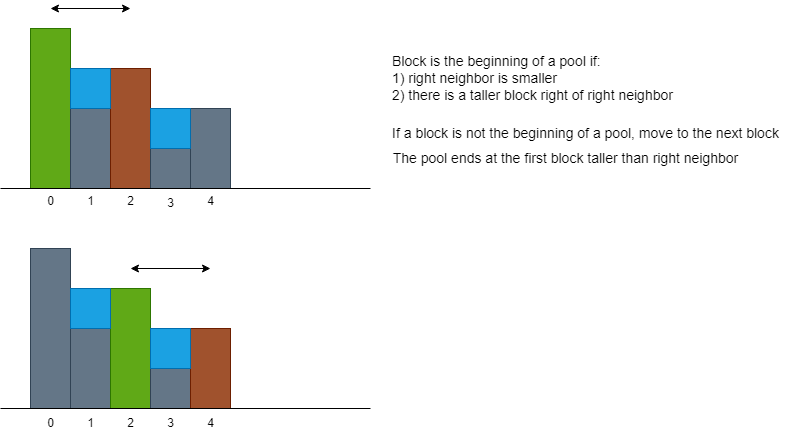
ashiven/leetcode-solutions keeps this draw.io diagram as Python3/img/TrappingRainWater.png. Above is the earlier version. Source tidied: cells renumbered, new cells last; positions are measured from the earlier drawing's top-left corner, leaving out a move shared by most shapes. The source it was exported from:
```xml
<mxGraphModel>
  <root>
    <mxCell id="0" />
    <mxCell id="1" parent="0" />
    <mxCell id="2" style="rounded=0;whiteSpace=wrap;html=1;direction=south;fillColor=#60a917;fontColor=#ffffff;strokeColor=#2D7600;" parent="1" vertex="1">
      <mxGeometry x="30" y="20" width="40" height="160" as="geometry" />
    </mxCell>
    <mxCell id="3" style="rounded=0;whiteSpace=wrap;html=1;direction=south;fillColor=#647687;fontColor=#ffffff;strokeColor=#314354;" parent="1" vertex="1">
      <mxGeometry x="70" y="100" width="40" height="80" as="geometry" />
    </mxCell>
    <mxCell id="4" style="rounded=0;whiteSpace=wrap;html=1;direction=south;fillColor=#a0522d;fontColor=#ffffff;strokeColor=#6D1F00;" parent="1" vertex="1">
      <mxGeometry x="110" y="60" width="40" height="120" as="geometry" />
    </mxCell>
    <mxCell id="5" style="rounded=0;whiteSpace=wrap;html=1;direction=south;fillColor=#647687;fontColor=#ffffff;strokeColor=#314354;" parent="1" vertex="1">
      <mxGeometry x="150" y="140" width="40" height="40" as="geometry" />
    </mxCell>
    <mxCell id="6" style="rounded=0;whiteSpace=wrap;html=1;direction=south;fillColor=#647687;fontColor=#ffffff;strokeColor=#314354;" parent="1" vertex="1">
      <mxGeometry x="190" y="100" width="40" height="80" as="geometry" />
    </mxCell>
    <mxCell id="7" style="whiteSpace=wrap;html=1;fillColor=#1ba1e2;fontColor=#ffffff;strokeColor=#006EAF;" parent="1" vertex="1">
      <mxGeometry x="70" y="60" width="40" height="40" as="geometry" />
    </mxCell>
    <mxCell id="8" style="whiteSpace=wrap;html=1;fillColor=#1ba1e2;fontColor=#ffffff;strokeColor=#006EAF;" parent="1" vertex="1">
      <mxGeometry x="150" y="100" width="40" height="40" as="geometry" />
    </mxCell>
    <mxCell id="9" style="endArrow=classic;startArrow=classic;html=1;rounded=0;strokeColor=#000000;" parent="1" edge="1">
      <mxGeometry relative="1" as="geometry">
        <mxPoint x="50" as="sourcePoint" />
        <mxPoint x="130" as="targetPoint" />
      </mxGeometry>
    </mxCell>
    <mxCell id="10" style="rounded=0;whiteSpace=wrap;html=1;direction=south;fillColor=#647687;strokeColor=#314354;fontColor=#ffffff;" parent="1" vertex="1">
      <mxGeometry x="30" y="240" width="40" height="160" as="geometry" />
    </mxCell>
    <mxCell id="11" style="rounded=0;whiteSpace=wrap;html=1;direction=south;fillColor=#647687;fontColor=#ffffff;strokeColor=#314354;" parent="1" vertex="1">
      <mxGeometry x="70" y="320" width="40" height="80" as="geometry" />
    </mxCell>
    <mxCell id="12" style="rounded=0;whiteSpace=wrap;html=1;direction=south;fillColor=#60a917;fontColor=#ffffff;strokeColor=#2D7600;" parent="1" vertex="1">
      <mxGeometry x="110" y="280" width="40" height="120" as="geometry" />
    </mxCell>
    <mxCell id="13" style="rounded=0;whiteSpace=wrap;html=1;direction=south;fillColor=#647687;fontColor=#ffffff;strokeColor=#314354;" parent="1" vertex="1">
      <mxGeometry x="150" y="360" width="40" height="40" as="geometry" />
    </mxCell>
    <mxCell id="14" style="rounded=0;whiteSpace=wrap;html=1;direction=south;fillColor=#a0522d;fontColor=#ffffff;strokeColor=#6D1F00;" parent="1" vertex="1">
      <mxGeometry x="190" y="320" width="40" height="80" as="geometry" />
    </mxCell>
    <mxCell id="15" style="whiteSpace=wrap;html=1;fillColor=#1ba1e2;fontColor=#ffffff;strokeColor=#006EAF;" parent="1" vertex="1">
      <mxGeometry x="70" y="280" width="40" height="40" as="geometry" />
    </mxCell>
    <mxCell id="16" style="whiteSpace=wrap;html=1;fillColor=#1ba1e2;fontColor=#ffffff;strokeColor=#006EAF;" parent="1" vertex="1">
      <mxGeometry x="150" y="320" width="40" height="40" as="geometry" />
    </mxCell>
    <mxCell id="17" style="endArrow=classic;startArrow=classic;html=1;rounded=0;strokeColor=#000000;" parent="1" edge="1">
      <mxGeometry relative="1" as="geometry">
        <mxPoint x="130" y="260" as="sourcePoint" />
        <mxPoint x="210" y="260" as="targetPoint" />
      </mxGeometry>
    </mxCell>
    <mxCell id="18" style="endArrow=none;html=1;rounded=0;strokeColor=#000000;" parent="1" edge="1">
      <mxGeometry relative="1" as="geometry">
        <mxPoint x="370" y="180" as="sourcePoint" />
        <mxPoint y="180" as="targetPoint" />
      </mxGeometry>
    </mxCell>
    <mxCell id="19" value="&lt;font color=&quot;#000000&quot;&gt;0&lt;/font&gt;" style="text;html=1;align=center;verticalAlign=middle;strokeColor=none;fillColor=none;" parent="1" vertex="1">
      <mxGeometry x="35" y="178" width="30" height="30" as="geometry" />
    </mxCell>
    <mxCell id="20" value="&lt;font color=&quot;#000000&quot;&gt;1&lt;/font&gt;" style="text;html=1;align=center;verticalAlign=middle;strokeColor=none;fillColor=none;" parent="1" vertex="1">
      <mxGeometry x="75" y="178" width="30" height="30" as="geometry" />
    </mxCell>
    <mxCell id="21" value="&lt;font color=&quot;#000000&quot;&gt;2&lt;/font&gt;" style="text;html=1;align=center;verticalAlign=middle;strokeColor=none;fillColor=none;" parent="1" vertex="1">
      <mxGeometry x="115" y="178" width="30" height="30" as="geometry" />
    </mxCell>
    <mxCell id="22" value="&lt;font color=&quot;#000000&quot;&gt;3&lt;/font&gt;" style="text;html=1;align=center;verticalAlign=middle;strokeColor=none;fillColor=none;" parent="1" vertex="1">
      <mxGeometry x="155" y="180" width="30" height="30" as="geometry" />
    </mxCell>
    <mxCell id="23" value="&lt;font color=&quot;#000000&quot;&gt;4&lt;/font&gt;" style="text;html=1;align=center;verticalAlign=middle;strokeColor=none;fillColor=none;" parent="1" vertex="1">
      <mxGeometry x="195" y="178" width="30" height="30" as="geometry" />
    </mxCell>
    <mxCell id="24" value="&lt;font color=&quot;#000000&quot;&gt;0&lt;/font&gt;" style="text;html=1;align=center;verticalAlign=middle;strokeColor=none;fillColor=none;" parent="1" vertex="1">
      <mxGeometry x="35" y="400" width="30" height="30" as="geometry" />
    </mxCell>
    <mxCell id="25" value="&lt;font color=&quot;#000000&quot;&gt;1&lt;/font&gt;" style="text;html=1;align=center;verticalAlign=middle;strokeColor=none;fillColor=none;" parent="1" vertex="1">
      <mxGeometry x="75" y="400" width="30" height="30" as="geometry" />
    </mxCell>
    <mxCell id="26" value="&lt;font color=&quot;#000000&quot;&gt;2&lt;/font&gt;" style="text;html=1;align=center;verticalAlign=middle;strokeColor=none;fillColor=none;" parent="1" vertex="1">
      <mxGeometry x="115" y="400" width="30" height="30" as="geometry" />
    </mxCell>
    <mxCell id="27" value="&lt;font color=&quot;#000000&quot;&gt;3&lt;/font&gt;" style="text;html=1;align=center;verticalAlign=middle;strokeColor=none;fillColor=none;" parent="1" vertex="1">
      <mxGeometry x="155" y="400" width="30" height="30" as="geometry" />
    </mxCell>
    <mxCell id="28" value="&lt;font color=&quot;#000000&quot;&gt;4&lt;/font&gt;" style="text;html=1;align=center;verticalAlign=middle;strokeColor=none;fillColor=none;" parent="1" vertex="1">
      <mxGeometry x="195" y="400" width="30" height="30" as="geometry" />
    </mxCell>
    <mxCell id="29" style="endArrow=none;html=1;rounded=0;strokeColor=#000000;" parent="1" edge="1">
      <mxGeometry relative="1" as="geometry">
        <mxPoint x="370" y="400" as="sourcePoint" />
        <mxPoint y="400" as="targetPoint" />
      </mxGeometry>
    </mxCell>
    <mxCell id="30" value="Block is the beginning of a pool if:&lt;br style=&quot;font-size: 14px;&quot;&gt;1) right neighbor is smaller&lt;br style=&quot;font-size: 14px;&quot;&gt;2) there is a taller block right of right neighbor" style="text;html=1;align=left;verticalAlign=middle;strokeColor=none;fillColor=none;fontColor=#000000;fontSize=14;" parent="1" vertex="1">
      <mxGeometry x="390" y="40" width="300" height="60" as="geometry" />
    </mxCell>
    <mxCell id="31" value="&lt;font color=&quot;#000000&quot; style=&quot;font-size: 14px;&quot;&gt;The pool ends at the first block taller than right neighbor&lt;/font&gt;" style="text;html=1;align=center;verticalAlign=middle;strokeColor=none;fillColor=none;fontSize=14;" parent="1" vertex="1">
      <mxGeometry x="380" y="135" width="370" height="30" as="geometry" />
    </mxCell>
    <mxCell id="32" value="&lt;font color=&quot;#000000&quot; style=&quot;font-size: 14px;&quot;&gt;If a block is not the beginning of a pool, move to the next block&lt;/font&gt;" style="text;html=1;align=center;verticalAlign=middle;strokeColor=none;fillColor=none;fontSize=14;" parent="1" vertex="1">
      <mxGeometry x="380" y="110" width="410" height="30" as="geometry" />
    </mxCell>
  </root>
</mxGraphModel>
```
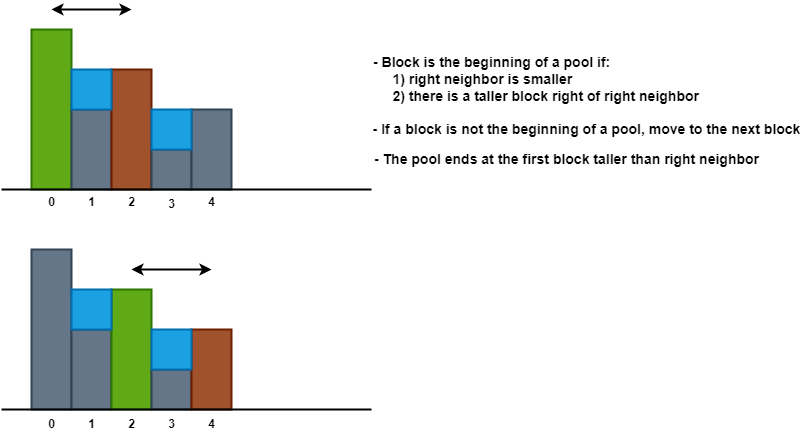
The same file after the commit.

The edit, as a diff of the source:
```diff
@@ -1,111 +1,111 @@
-<mxGraphModel>
+<mxGraphModel background="#ffffff">
   <root>
     <mxCell id="0" />
     <mxCell id="1" parent="0" />
-    <mxCell id="2" style="rounded=0;whiteSpace=wrap;html=1;direction=south;fillColor=#60a917;fontColor=#ffffff;strokeColor=#2D7600;" parent="1" vertex="1">
+    <mxCell id="2" style="rounded=0;whiteSpace=wrap;html=1;direction=south;fillColor=#60a917;fontColor=#ffffff;strokeColor=#2D7600;strokeWidth=2;fontStyle=1;" parent="1" vertex="1">
       <mxGeometry x="30" y="20" width="40" height="160" as="geometry" />
     </mxCell>
-    <mxCell id="3" style="rounded=0;whiteSpace=wrap;html=1;direction=south;fillColor=#647687;fontColor=#ffffff;strokeColor=#314354;" parent="1" vertex="1">
+    <mxCell id="3" style="rounded=0;whiteSpace=wrap;html=1;direction=south;fillColor=#647687;fontColor=#ffffff;strokeColor=#314354;strokeWidth=2;fontStyle=1;" parent="1" vertex="1">
       <mxGeometry x="70" y="100" width="40" height="80" as="geometry" />
     </mxCell>
-    <mxCell id="4" style="rounded=0;whiteSpace=wrap;html=1;direction=south;fillColor=#a0522d;fontColor=#ffffff;strokeColor=#6D1F00;" parent="1" vertex="1">
+    <mxCell id="4" style="rounded=0;whiteSpace=wrap;html=1;direction=south;fillColor=#a0522d;fontColor=#ffffff;strokeColor=#6D1F00;strokeWidth=2;fontStyle=1;" parent="1" vertex="1">
       <mxGeometry x="110" y="60" width="40" height="120" as="geometry" />
     </mxCell>
-    <mxCell id="5" style="rounded=0;whiteSpace=wrap;html=1;direction=south;fillColor=#647687;fontColor=#ffffff;strokeColor=#314354;" parent="1" vertex="1">
+    <mxCell id="5" style="rounded=0;whiteSpace=wrap;html=1;direction=south;fillColor=#647687;fontColor=#ffffff;strokeColor=#314354;strokeWidth=2;fontStyle=1;" parent="1" vertex="1">
       <mxGeometry x="150" y="140" width="40" height="40" as="geometry" />
     </mxCell>
-    <mxCell id="6" style="rounded=0;whiteSpace=wrap;html=1;direction=south;fillColor=#647687;fontColor=#ffffff;strokeColor=#314354;" parent="1" vertex="1">
+    <mxCell id="6" style="rounded=0;whiteSpace=wrap;html=1;direction=south;fillColor=#647687;fontColor=#ffffff;strokeColor=#314354;strokeWidth=2;fontStyle=1;" parent="1" vertex="1">
       <mxGeometry x="190" y="100" width="40" height="80" as="geometry" />
     </mxCell>
-    <mxCell id="7" style="whiteSpace=wrap;html=1;fillColor=#1ba1e2;fontColor=#ffffff;strokeColor=#006EAF;" parent="1" vertex="1">
+    <mxCell id="7" style="whiteSpace=wrap;html=1;fillColor=#1ba1e2;fontColor=#ffffff;strokeColor=#006EAF;strokeWidth=2;fontStyle=1;" parent="1" vertex="1">
       <mxGeometry x="70" y="60" width="40" height="40" as="geometry" />
     </mxCell>
-    <mxCell id="8" style="whiteSpace=wrap;html=1;fillColor=#1ba1e2;fontColor=#ffffff;strokeColor=#006EAF;" parent="1" vertex="1">
+    <mxCell id="8" style="whiteSpace=wrap;html=1;fillColor=#1ba1e2;fontColor=#ffffff;strokeColor=#006EAF;strokeWidth=2;fontStyle=1;" parent="1" vertex="1">
       <mxGeometry x="150" y="100" width="40" height="40" as="geometry" />
     </mxCell>
-    <mxCell id="9" style="endArrow=classic;startArrow=classic;html=1;rounded=0;strokeColor=#000000;" parent="1" edge="1">
+    <mxCell id="9" style="endArrow=classic;startArrow=classic;html=1;rounded=0;strokeColor=#000000;strokeWidth=2;fontStyle=1;" parent="1" edge="1">
       <mxGeometry relative="1" as="geometry">
         <mxPoint x="50" as="sourcePoint" />
         <mxPoint x="130" as="targetPoint" />
       </mxGeometry>
     </mxCell>
-    <mxCell id="10" style="rounded=0;whiteSpace=wrap;html=1;direction=south;fillColor=#647687;strokeColor=#314354;fontColor=#ffffff;" parent="1" vertex="1">
+    <mxCell id="10" style="rounded=0;whiteSpace=wrap;html=1;direction=south;fillColor=#647687;strokeColor=#314354;fontColor=#ffffff;strokeWidth=2;fontStyle=1;" parent="1" vertex="1">
       <mxGeometry x="30" y="240" width="40" height="160" as="geometry" />
     </mxCell>
-    <mxCell id="11" style="rounded=0;whiteSpace=wrap;html=1;direction=south;fillColor=#647687;fontColor=#ffffff;strokeColor=#314354;" parent="1" vertex="1">
+    <mxCell id="11" style="rounded=0;whiteSpace=wrap;html=1;direction=south;fillColor=#647687;fontColor=#ffffff;strokeColor=#314354;strokeWidth=2;fontStyle=1;" parent="1" vertex="1">
       <mxGeometry x="70" y="320" width="40" height="80" as="geometry" />
     </mxCell>
-    <mxCell id="12" style="rounded=0;whiteSpace=wrap;html=1;direction=south;fillColor=#60a917;fontColor=#ffffff;strokeColor=#2D7600;" parent="1" vertex="1">
+    <mxCell id="12" style="rounded=0;whiteSpace=wrap;html=1;direction=south;fillColor=#60a917;fontColor=#ffffff;strokeColor=#2D7600;strokeWidth=2;fontStyle=1;" parent="1" vertex="1">
       <mxGeometry x="110" y="280" width="40" height="120" as="geometry" />
     </mxCell>
-    <mxCell id="13" style="rounded=0;whiteSpace=wrap;html=1;direction=south;fillColor=#647687;fontColor=#ffffff;strokeColor=#314354;" parent="1" vertex="1">
+    <mxCell id="13" style="rounded=0;whiteSpace=wrap;html=1;direction=south;fillColor=#647687;fontColor=#ffffff;strokeColor=#314354;strokeWidth=2;fontStyle=1;" parent="1" vertex="1">
       <mxGeometry x="150" y="360" width="40" height="40" as="geometry" />
     </mxCell>
-    <mxCell id="14" style="rounded=0;whiteSpace=wrap;html=1;direction=south;fillColor=#a0522d;fontColor=#ffffff;strokeColor=#6D1F00;" parent="1" vertex="1">
+    <mxCell id="14" style="rounded=0;whiteSpace=wrap;html=1;direction=south;fillColor=#a0522d;fontColor=#ffffff;strokeColor=#6D1F00;strokeWidth=2;fontStyle=1;" parent="1" vertex="1">
       <mxGeometry x="190" y="320" width="40" height="80" as="geometry" />
     </mxCell>
-    <mxCell id="15" style="whiteSpace=wrap;html=1;fillColor=#1ba1e2;fontColor=#ffffff;strokeColor=#006EAF;" parent="1" vertex="1">
+    <mxCell id="15" style="whiteSpace=wrap;html=1;fillColor=#1ba1e2;fontColor=#ffffff;strokeColor=#006EAF;strokeWidth=2;fontStyle=1;" parent="1" vertex="1">
       <mxGeometry x="70" y="280" width="40" height="40" as="geometry" />
     </mxCell>
-    <mxCell id="16" style="whiteSpace=wrap;html=1;fillColor=#1ba1e2;fontColor=#ffffff;strokeColor=#006EAF;" parent="1" vertex="1">
+    <mxCell id="16" style="whiteSpace=wrap;html=1;fillColor=#1ba1e2;fontColor=#ffffff;strokeColor=#006EAF;strokeWidth=2;fontStyle=1;" parent="1" vertex="1">
       <mxGeometry x="150" y="320" width="40" height="40" as="geometry" />
     </mxCell>
-    <mxCell id="17" style="endArrow=classic;startArrow=classic;html=1;rounded=0;strokeColor=#000000;" parent="1" edge="1">
+    <mxCell id="17" style="endArrow=classic;startArrow=classic;html=1;rounded=0;strokeColor=#000000;strokeWidth=2;fontStyle=1;" parent="1" edge="1">
       <mxGeometry relative="1" as="geometry">
         <mxPoint x="130" y="260" as="sourcePoint" />
         <mxPoint x="210" y="260" as="targetPoint" />
       </mxGeometry>
     </mxCell>
-    <mxCell id="18" style="endArrow=none;html=1;rounded=0;strokeColor=#000000;" parent="1" edge="1">
+    <mxCell id="18" style="endArrow=none;html=1;rounded=0;strokeColor=#000000;strokeWidth=2;fontStyle=1;" parent="1" edge="1">
       <mxGeometry relative="1" as="geometry">
         <mxPoint x="370" y="180" as="sourcePoint" />
         <mxPoint y="180" as="targetPoint" />
       </mxGeometry>
     </mxCell>
-    <mxCell id="19" value="&lt;font color=&quot;#000000&quot;&gt;0&lt;/font&gt;" style="text;html=1;align=center;verticalAlign=middle;strokeColor=none;fillColor=none;" parent="1" vertex="1">
+    <mxCell id="19" value="&lt;font color=&quot;#000000&quot;&gt;0&lt;/font&gt;" style="text;html=1;align=center;verticalAlign=middle;strokeColor=none;fillColor=none;strokeWidth=2;fontStyle=1;" parent="1" vertex="1">
       <mxGeometry x="35" y="178" width="30" height="30" as="geometry" />
     </mxCell>
-    <mxCell id="20" value="&lt;font color=&quot;#000000&quot;&gt;1&lt;/font&gt;" style="text;html=1;align=center;verticalAlign=middle;strokeColor=none;fillColor=none;" parent="1" vertex="1">
+    <mxCell id="20" value="&lt;font color=&quot;#000000&quot;&gt;1&lt;/font&gt;" style="text;html=1;align=center;verticalAlign=middle;strokeColor=none;fillColor=none;strokeWidth=2;fontStyle=1;" parent="1" vertex="1">
       <mxGeometry x="75" y="178" width="30" height="30" as="geometry" />
     </mxCell>
-    <mxCell id="21" value="&lt;font color=&quot;#000000&quot;&gt;2&lt;/font&gt;" style="text;html=1;align=center;verticalAlign=middle;strokeColor=none;fillColor=none;" parent="1" vertex="1">
+    <mxCell id="21" value="&lt;font color=&quot;#000000&quot;&gt;2&lt;/font&gt;" style="text;html=1;align=center;verticalAlign=middle;strokeColor=none;fillColor=none;strokeWidth=2;fontStyle=1;" parent="1" vertex="1">
       <mxGeometry x="115" y="178" width="30" height="30" as="geometry" />
     </mxCell>
-    <mxCell id="22" value="&lt;font color=&quot;#000000&quot;&gt;3&lt;/font&gt;" style="text;html=1;align=center;verticalAlign=middle;strokeColor=none;fillColor=none;" parent="1" vertex="1">
+    <mxCell id="22" value="&lt;font color=&quot;#000000&quot;&gt;3&lt;/font&gt;" style="text;html=1;align=center;verticalAlign=middle;strokeColor=none;fillColor=none;strokeWidth=2;fontStyle=1;" parent="1" vertex="1">
       <mxGeometry x="155" y="180" width="30" height="30" as="geometry" />
     </mxCell>
-    <mxCell id="23" value="&lt;font color=&quot;#000000&quot;&gt;4&lt;/font&gt;" style="text;html=1;align=center;verticalAlign=middle;strokeColor=none;fillColor=none;" parent="1" vertex="1">
+    <mxCell id="23" value="&lt;font color=&quot;#000000&quot;&gt;4&lt;/font&gt;" style="text;html=1;align=center;verticalAlign=middle;strokeColor=none;fillColor=none;strokeWidth=2;fontStyle=1;" parent="1" vertex="1">
       <mxGeometry x="195" y="178" width="30" height="30" as="geometry" />
     </mxCell>
-    <mxCell id="24" value="&lt;font color=&quot;#000000&quot;&gt;0&lt;/font&gt;" style="text;html=1;align=center;verticalAlign=middle;strokeColor=none;fillColor=none;" parent="1" vertex="1">
+    <mxCell id="24" value="&lt;font color=&quot;#000000&quot;&gt;0&lt;/font&gt;" style="text;html=1;align=center;verticalAlign=middle;strokeColor=none;fillColor=none;strokeWidth=2;fontStyle=1;" parent="1" vertex="1">
       <mxGeometry x="35" y="400" width="30" height="30" as="geometry" />
     </mxCell>
-    <mxCell id="25" value="&lt;font color=&quot;#000000&quot;&gt;1&lt;/font&gt;" style="text;html=1;align=center;verticalAlign=middle;strokeColor=none;fillColor=none;" parent="1" vertex="1">
+    <mxCell id="25" value="&lt;font color=&quot;#000000&quot;&gt;1&lt;/font&gt;" style="text;html=1;align=center;verticalAlign=middle;strokeColor=none;fillColor=none;strokeWidth=2;fontStyle=1;" parent="1" vertex="1">
       <mxGeometry x="75" y="400" width="30" height="30" as="geometry" />
     </mxCell>
-    <mxCell id="26" value="&lt;font color=&quot;#000000&quot;&gt;2&lt;/font&gt;" style="text;html=1;align=center;verticalAlign=middle;strokeColor=none;fillColor=none;" parent="1" vertex="1">
+    <mxCell id="26" value="&lt;font color=&quot;#000000&quot;&gt;2&lt;/font&gt;" style="text;html=1;align=center;verticalAlign=middle;strokeColor=none;fillColor=none;strokeWidth=2;fontStyle=1;" parent="1" vertex="1">
       <mxGeometry x="115" y="400" width="30" height="30" as="geometry" />
     </mxCell>
-    <mxCell id="27" value="&lt;font color=&quot;#000000&quot;&gt;3&lt;/font&gt;" style="text;html=1;align=center;verticalAlign=middle;strokeColor=none;fillColor=none;" parent="1" vertex="1">
+    <mxCell id="27" value="&lt;font color=&quot;#000000&quot;&gt;3&lt;/font&gt;" style="text;html=1;align=center;verticalAlign=middle;strokeColor=none;fillColor=none;strokeWidth=2;fontStyle=1;" parent="1" vertex="1">
       <mxGeometry x="155" y="400" width="30" height="30" as="geometry" />
     </mxCell>
-    <mxCell id="28" value="&lt;font color=&quot;#000000&quot;&gt;4&lt;/font&gt;" style="text;html=1;align=center;verticalAlign=middle;strokeColor=none;fillColor=none;" parent="1" vertex="1">
+    <mxCell id="28" value="&lt;font color=&quot;#000000&quot;&gt;4&lt;/font&gt;" style="text;html=1;align=center;verticalAlign=middle;strokeColor=none;fillColor=none;strokeWidth=2;fontStyle=1;" parent="1" vertex="1">
       <mxGeometry x="195" y="400" width="30" height="30" as="geometry" />
     </mxCell>
-    <mxCell id="29" style="endArrow=none;html=1;rounded=0;strokeColor=#000000;" parent="1" edge="1">
+    <mxCell id="29" style="endArrow=none;html=1;rounded=0;strokeColor=#000000;strokeWidth=2;fontStyle=1;" parent="1" edge="1">
       <mxGeometry relative="1" as="geometry">
         <mxPoint x="370" y="400" as="sourcePoint" />
         <mxPoint y="400" as="targetPoint" />
       </mxGeometry>
     </mxCell>
-    <mxCell id="30" value="Block is the beginning of a pool if:&lt;br style=&quot;font-size: 14px;&quot;&gt;1) right neighbor is smaller&lt;br style=&quot;font-size: 14px;&quot;&gt;2) there is a taller block right of right neighbor" style="text;html=1;align=left;verticalAlign=middle;strokeColor=none;fillColor=none;fontColor=#000000;fontSize=14;" parent="1" vertex="1">
-      <mxGeometry x="390" y="40" width="300" height="60" as="geometry" />
+    <mxCell id="30" value="- Block is the beginning of a pool if:&lt;br style=&quot;font-size: 14px;&quot;&gt;&amp;nbsp; &amp;nbsp; &amp;nbsp;1) right neighbor is smaller&lt;br style=&quot;font-size: 14px;&quot;&gt;&amp;nbsp; &amp;nbsp; &amp;nbsp;2) there is a taller block right of right neighbor" style="text;html=1;align=left;verticalAlign=middle;strokeColor=none;fillColor=none;fontColor=#000000;fontSize=14;strokeWidth=2;fontStyle=1;" parent="1" vertex="1">
+      <mxGeometry x="370" y="40" width="350" height="60" as="geometry" />
     </mxCell>
-    <mxCell id="31" value="&lt;font color=&quot;#000000&quot; style=&quot;font-size: 14px;&quot;&gt;The pool ends at the first block taller than right neighbor&lt;/font&gt;" style="text;html=1;align=center;verticalAlign=middle;strokeColor=none;fillColor=none;fontSize=14;" parent="1" vertex="1">
-      <mxGeometry x="380" y="135" width="370" height="30" as="geometry" />
+    <mxCell id="31" value="&lt;font color=&quot;#000000&quot; style=&quot;font-size: 14px;&quot;&gt;- The pool ends at the first block taller than right neighbor&lt;/font&gt;" style="text;html=1;align=center;verticalAlign=middle;strokeColor=none;fillColor=none;fontSize=14;strokeWidth=2;fontStyle=1;" parent="1" vertex="1">
+      <mxGeometry x="360" y="135" width="410" height="30" as="geometry" />
     </mxCell>
-    <mxCell id="32" value="&lt;font color=&quot;#000000&quot; style=&quot;font-size: 14px;&quot;&gt;If a block is not the beginning of a pool, move to the next block&lt;/font&gt;" style="text;html=1;align=center;verticalAlign=middle;strokeColor=none;fillColor=none;fontSize=14;" parent="1" vertex="1">
-      <mxGeometry x="380" y="110" width="410" height="30" as="geometry" />
+    <mxCell id="32" value="&lt;font color=&quot;#000000&quot; style=&quot;font-size: 14px;&quot;&gt;- If a block is not the beginning of a pool, move to the next block&lt;/font&gt;" style="text;html=1;align=center;verticalAlign=middle;strokeColor=none;fillColor=none;fontSize=14;strokeWidth=2;fontStyle=1;" parent="1" vertex="1">
+      <mxGeometry x="360" y="105" width="450" height="30" as="geometry" />
     </mxCell>
   </root>
 </mxGraphModel>
```
